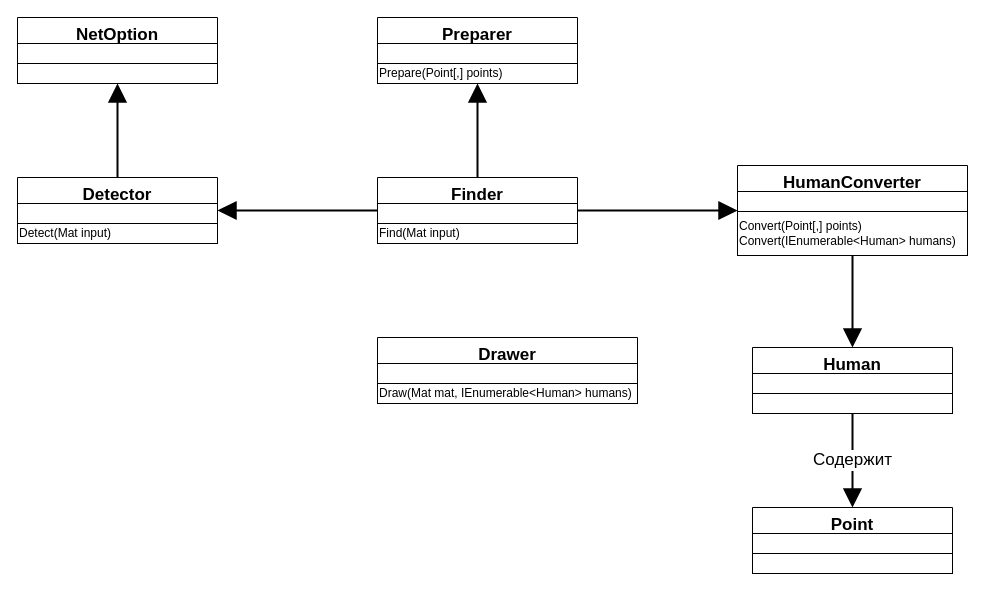
This is page "Detecting" (4 of 11) of Engineering/Packets-specify.drawio from GoldGreen/Skeletonization, a draw.io file, before an edit. Source tidied: cells renumbered, new cells numbered last; positions are measured from the earlier drawing's top-left corner, leaving out a move shared by most shapes. Both pictures are drawn from the tidied source at 100%, with x=0, y=0 at pixel (17, 17).
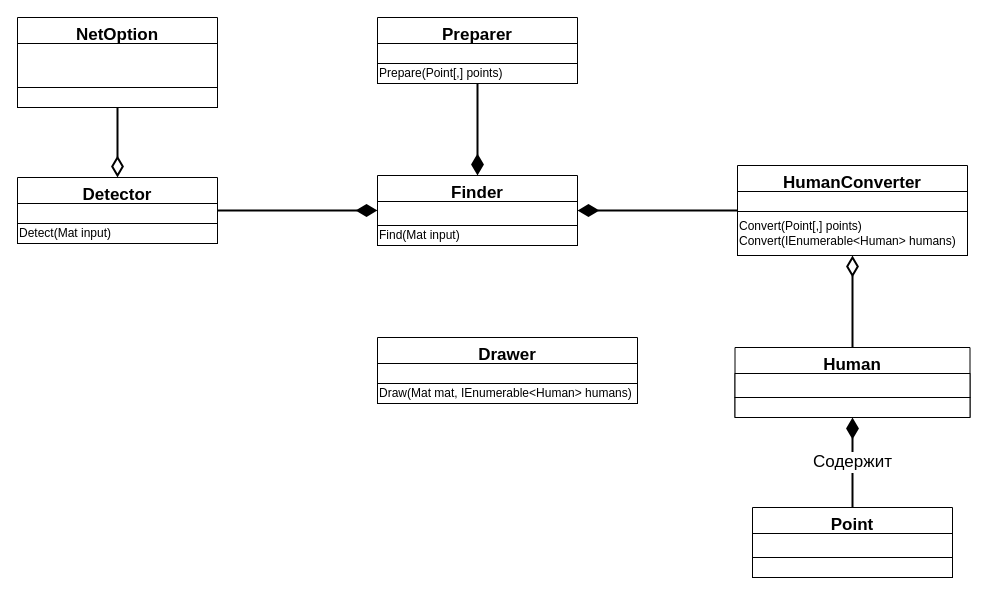
Above is the later version.

The change refers to these unchanged cells:
```xml
<mxCell id="3" value="Detector" style="swimlane;fontStyle=1;align=center;verticalAlign=top;horizontal=1;startSize=26;fontSize=17;" parent="1" vertex="1">
  <mxGeometry y="160" width="200" height="66" as="geometry" />
</mxCell>
<mxCell id="14" value="HumanConverter" style="swimlane;fontStyle=1;align=center;verticalAlign=top;horizontal=1;startSize=26;fontSize=17;" parent="1" vertex="1">
  <mxGeometry x="720" y="148" width="230" height="90" as="geometry" />
</mxCell>
<mxCell id="20" value="Preparer" style="swimlane;fontStyle=1;align=center;verticalAlign=top;horizontal=1;startSize=26;fontSize=17;" parent="1" vertex="1">
  <mxGeometry x="360" width="200" height="66" as="geometry" />
</mxCell>
```

Change to the diagram source:
```diff
@@
-    <mxCell id="2" value=" " style="edgeStyle=orthogonalEdgeStyle;rounded=0;jettySize=auto;html=1;exitX=0.5;exitY=0;exitDx=0;exitDy=0;fontSize=17;endArrow=block;endFill=1;startSize=6;endSize=14;strokeWidth=2;entryX=0.5;entryY=1;entryDx=0;entryDy=0;" parent="1" edge="1" source="3" target="30">
+    <mxCell id="2" value=" " style="edgeStyle=orthogonalEdgeStyle;rounded=0;jettySize=auto;html=1;exitX=0.5;exitY=0;exitDx=0;exitDy=0;fontSize=17;endArrow=none;endFill=0;startSize=16;endSize=14;strokeWidth=2;entryX=0.5;entryY=1;entryDx=0;entryDy=0;startArrow=diamondThin;startFill=0;" parent="1" edge="1" source="3" target="30">
       <mxGeometry relative="1" as="geometry" />
     </mxCell>
@@
-    <mxCell id="6" value=" " style="edgeStyle=orthogonalEdgeStyle;rounded=0;jettySize=auto;html=1;exitX=0;exitY=0.5;exitDx=0;exitDy=0;fontSize=17;endArrow=block;endFill=1;startSize=6;endSize=14;strokeWidth=2;" parent="1" edge="1" source="10" target="3">
+    <mxCell id="6" value=" " style="edgeStyle=orthogonalEdgeStyle;rounded=0;jettySize=auto;html=1;exitX=0;exitY=0.5;exitDx=0;exitDy=0;fontSize=17;endArrow=none;endFill=0;startSize=16;endSize=14;strokeWidth=2;startArrow=diamondThin;startFill=1;" parent="1" edge="1" source="10" target="3">
       <mxGeometry relative="1" as="geometry" />
     </mxCell>
-    <mxCell id="7" value=" " style="edgeStyle=orthogonalEdgeStyle;rounded=0;jettySize=auto;html=1;exitX=1;exitY=0.5;exitDx=0;exitDy=0;entryX=0;entryY=0.5;entryDx=0;entryDy=0;fontSize=17;endArrow=block;endFill=1;startSize=6;endSize=14;strokeWidth=2;" parent="1" edge="1" source="10" target="14">
+    <mxCell id="7" value=" " style="edgeStyle=orthogonalEdgeStyle;rounded=0;jettySize=auto;html=1;exitX=1;exitY=0.5;exitDx=0;exitDy=0;entryX=0;entryY=0.5;entryDx=0;entryDy=0;fontSize=17;endArrow=none;endFill=0;startSize=16;endSize=14;strokeWidth=2;startArrow=diamondThin;startFill=1;" parent="1" edge="1" source="10" target="14">
       <mxGeometry relative="1" as="geometry" />
     </mxCell>
-    <mxCell id="8" style="edgeStyle=orthogonalEdgeStyle;rounded=0;jettySize=auto;html=1;exitX=0.5;exitY=0;exitDx=0;exitDy=0;entryX=0.5;entryY=1;entryDx=0;entryDy=0;fontSize=17;endArrow=block;endFill=1;startSize=6;endSize=14;strokeWidth=2;" parent="1" edge="1" source="10" target="20">
+    <mxCell id="8" style="edgeStyle=orthogonalEdgeStyle;rounded=0;jettySize=auto;html=1;exitX=0.5;exitY=0;exitDx=0;exitDy=0;entryX=0.5;entryY=1;entryDx=0;entryDy=0;fontSize=17;endArrow=none;endFill=0;startSize=16;endSize=14;strokeWidth=2;startArrow=diamondThin;startFill=1;" parent="1" edge="1" source="10" target="20">
       <mxGeometry relative="1" as="geometry" />
     </mxCell>
@@
     <mxCell id="10" value="Finder" style="swimlane;fontStyle=1;align=center;verticalAlign=top;horizontal=1;startSize=26;fontSize=17;" parent="1" vertex="1">
-      <mxGeometry x="360" y="160" width="200" height="66" as="geometry" />
+      <mxGeometry x="360" y="158" width="200" height="70" as="geometry" />
     </mxCell>
-    <mxCell id="11" style="rounded=0;whiteSpace=wrap;html=1;fontFamily=Helvetica;fontSize=12;fontColor=default;startSize=26;strokeColor=default;fillColor=default;align=left;" parent="10" vertex="1">
-      <mxGeometry y="26" width="200" height="20" as="geometry" />
+    <mxCell id="11" style="rounded=0;whiteSpace=wrap;html=1;fontFamily=Helvetica;fontSize=12;fontColor=default;startSize=26;strokeColor=default;fillColor=default;align=left;verticalAlign=middle;" parent="10" vertex="1">
+      <mxGeometry y="26" width="200" height="24" as="geometry" />
     </mxCell>
     <mxCell id="12" value="Find(Mat input)" style="rounded=0;whiteSpace=wrap;html=1;fontFamily=Helvetica;fontSize=12;fontColor=default;startSize=26;strokeColor=default;fillColor=default;align=left;" parent="10" vertex="1">
-      <mxGeometry y="46" width="200" height="20" as="geometry" />
+      <mxGeometry y="50" width="200" height="20" as="geometry" />
     </mxCell>
-    <mxCell id="13" value=" " style="edgeStyle=orthogonalEdgeStyle;rounded=0;jettySize=auto;html=1;exitX=0.5;exitY=1;exitDx=0;exitDy=0;fontSize=17;endArrow=block;endFill=1;startSize=6;endSize=14;strokeWidth=2;entryX=0.5;entryY=0;entryDx=0;entryDy=0;" parent="1" edge="1" source="14" target="24">
+    <mxCell id="13" value=" " style="edgeStyle=orthogonalEdgeStyle;rounded=0;jettySize=auto;html=1;exitX=0.5;exitY=1;exitDx=0;exitDy=0;fontSize=17;endArrow=none;endFill=0;startSize=16;endSize=14;strokeWidth=2;entryX=0.5;entryY=0;entryDx=0;entryDy=0;startArrow=diamondThin;startFill=0;" parent="1" edge="1" source="14" target="24">
       <mxGeometry relative="1" as="geometry" />
     </mxCell>
@@
-    <mxCell id="23" value="Содержит" style="edgeStyle=orthogonalEdgeStyle;rounded=0;jettySize=auto;html=1;exitX=0.5;exitY=1;exitDx=0;exitDy=0;entryX=0.5;entryY=0;entryDx=0;entryDy=0;fontSize=17;endArrow=block;endFill=1;startSize=6;endSize=14;strokeWidth=2;" parent="1" edge="1" source="24" target="27">
+    <mxCell id="23" value="Содержит" style="edgeStyle=orthogonalEdgeStyle;rounded=0;jettySize=auto;html=1;exitX=0.5;exitY=1;exitDx=0;exitDy=0;entryX=0.5;entryY=0;entryDx=0;entryDy=0;fontSize=17;endArrow=none;endFill=0;startSize=16;endSize=14;strokeWidth=2;startArrow=diamondThin;startFill=1;" parent="1" edge="1" source="24" target="27">
       <mxGeometry relative="1" as="geometry" />
     </mxCell>
     <mxCell id="24" value="Human" style="swimlane;fontStyle=1;align=center;verticalAlign=top;horizontal=1;startSize=26;fontSize=17;" parent="1" vertex="1">
-      <mxGeometry x="735" y="330" width="200" height="66" as="geometry" />
+      <mxGeometry x="717.5" y="330" width="235" height="70" as="geometry" />
     </mxCell>
     <mxCell id="25" style="rounded=0;whiteSpace=wrap;html=1;fontFamily=Helvetica;fontSize=12;fontColor=default;startSize=26;strokeColor=default;fillColor=default;align=left;" parent="24" vertex="1">
-      <mxGeometry y="26" width="200" height="20" as="geometry" />
+      <mxGeometry y="26" width="235" height="24" as="geometry" />
     </mxCell>
     <mxCell id="26" style="rounded=0;whiteSpace=wrap;html=1;fontFamily=Helvetica;fontSize=12;fontColor=default;startSize=26;strokeColor=default;fillColor=default;align=left;" parent="24" vertex="1">
-      <mxGeometry y="46" width="200" height="20" as="geometry" />
+      <mxGeometry y="50" width="235" height="20" as="geometry" />
     </mxCell>
     <mxCell id="27" value="Point" style="swimlane;fontStyle=1;align=center;verticalAlign=top;horizontal=1;startSize=26;fontSize=17;" parent="1" vertex="1">
-      <mxGeometry x="735" y="490" width="200" height="66" as="geometry" />
+      <mxGeometry x="735" y="490" width="200" height="70" as="geometry" />
     </mxCell>
     <mxCell id="28" style="rounded=0;whiteSpace=wrap;html=1;fontFamily=Helvetica;fontSize=12;fontColor=default;startSize=26;strokeColor=default;fillColor=default;align=left;" parent="27" vertex="1">
-      <mxGeometry y="26" width="200" height="20" as="geometry" />
+      <mxGeometry y="26" width="200" height="24" as="geometry" />
     </mxCell>
     <mxCell id="29" style="rounded=0;whiteSpace=wrap;html=1;fontFamily=Helvetica;fontSize=12;fontColor=default;startSize=26;strokeColor=default;fillColor=default;align=left;" parent="27" vertex="1">
-      <mxGeometry y="46" width="200" height="20" as="geometry" />
+      <mxGeometry y="50" width="200" height="20" as="geometry" />
     </mxCell>
     <mxCell id="30" value="NetOption" style="swimlane;fontStyle=1;align=center;verticalAlign=top;horizontal=1;startSize=26;fontSize=17;" parent="1" vertex="1">
-      <mxGeometry width="200" height="66" as="geometry" />
+      <mxGeometry width="200" height="90" as="geometry" />
     </mxCell>
     <mxCell id="31" style="rounded=0;whiteSpace=wrap;html=1;fontFamily=Helvetica;fontSize=12;fontColor=default;startSize=26;strokeColor=default;fillColor=default;align=left;" parent="30" vertex="1">
-      <mxGeometry y="26" width="200" height="20" as="geometry" />
+      <mxGeometry y="26" width="200" height="44" as="geometry" />
     </mxCell>
     <mxCell id="32" style="rounded=0;whiteSpace=wrap;html=1;fontFamily=Helvetica;fontSize=12;fontColor=default;startSize=26;strokeColor=default;fillColor=default;align=left;" parent="30" vertex="1">
-      <mxGeometry y="46" width="200" height="20" as="geometry" />
+      <mxGeometry y="70" width="200" height="20" as="geometry" />
     </mxCell>
```
